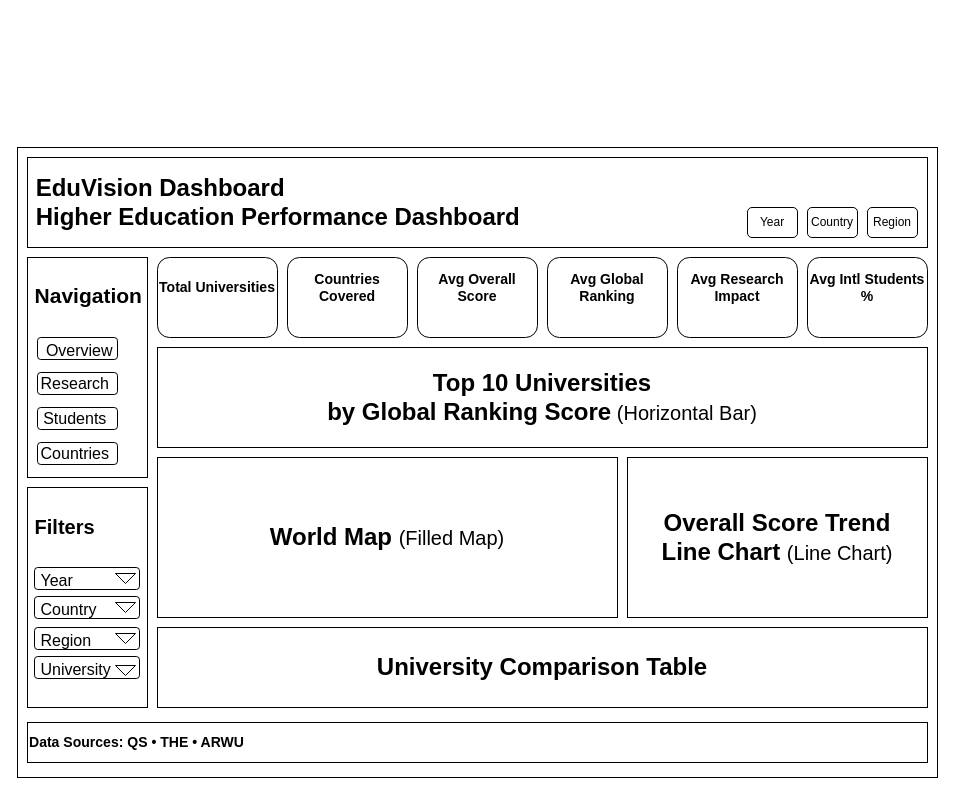
Before: page "University_Overview" (1 of 4) of powerbi/Module_4/storyboard/dashboard_storyboard.drawio in springboardmentor09876x-cmd/higher-education-dv, a draw.io diagram. Source tidied: cells renumbered, new cells numbered last; positions are measured from the earlier drawing's top-left corner, leaving out a move shared by most shapes. Both pictures are drawn from the tidied source at 100%, with x=0, y=0 at pixel (17, 147).
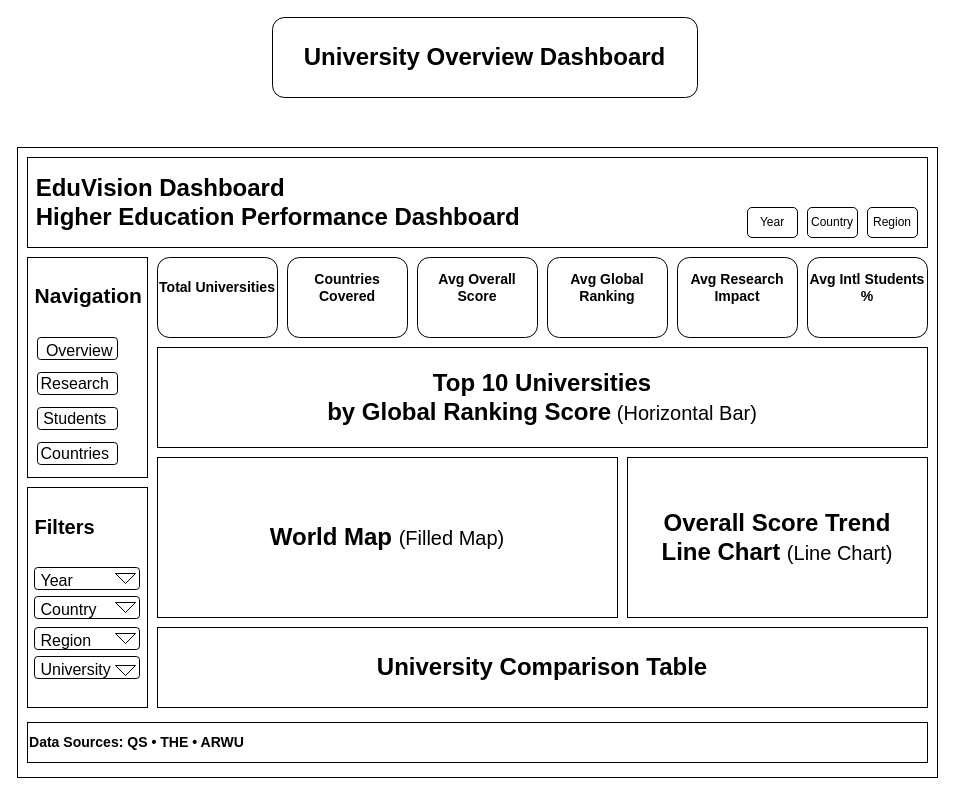
After the change.

Commit message (it also covers changes not shown here):
docs(module4): Completed dashboard_storyboard

What changed in the source:
```diff
@@
+    <mxCell id="34" value="&lt;h1&gt;University Overview Dashboard&lt;/h1&gt;" style="rounded=1;whiteSpace=wrap;html=1;" parent="1" vertex="1">
+      <mxGeometry x="255" y="-130" width="425" height="80" as="geometry" />
+    </mxCell>
```
